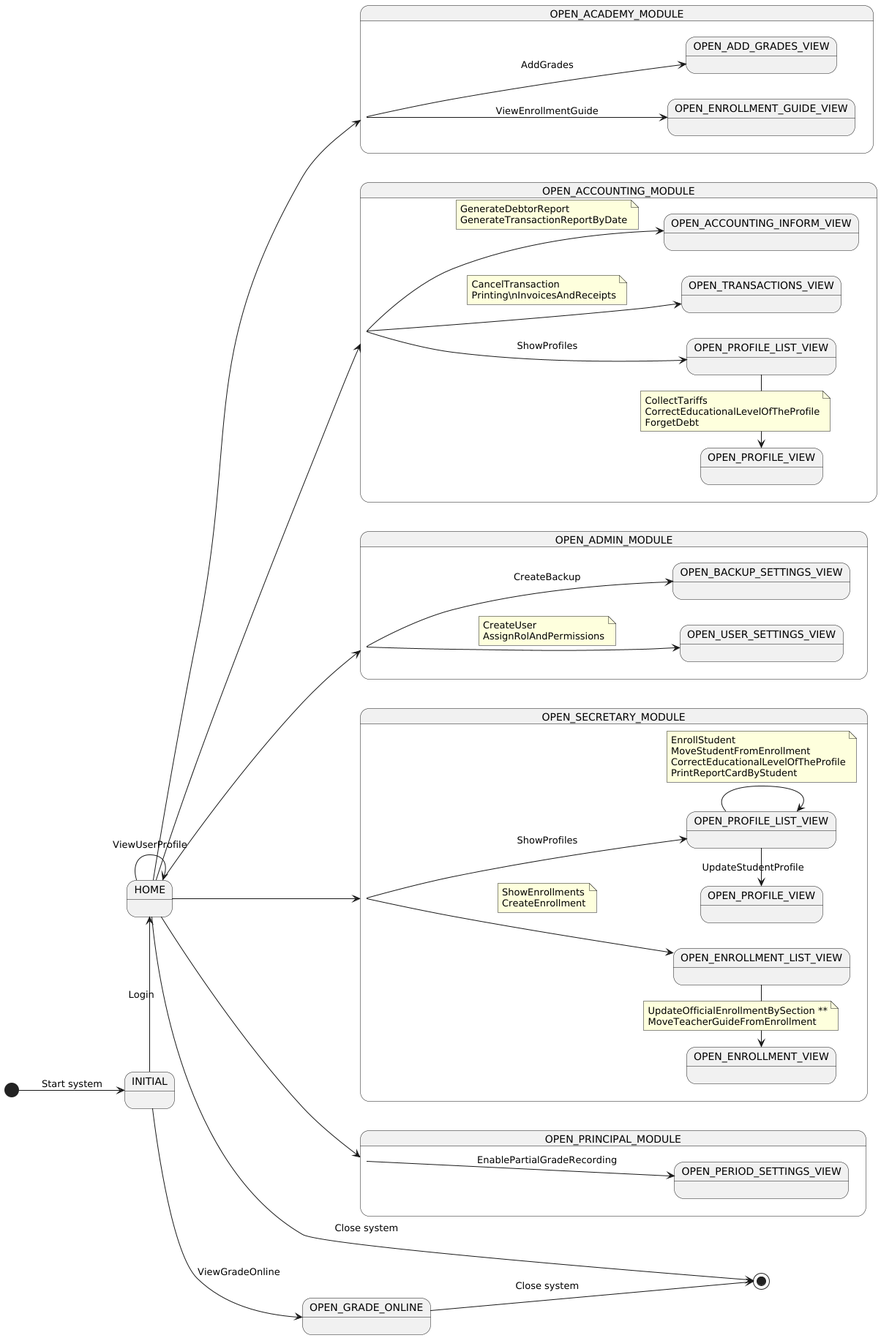
Before: out/UseCaseView/Context.png, a diagram exported from PlantUML (wsmcbl/wsmcbl.doc). The source it was exported from:
```plantuml
@startuml
left to right direction

state INITIAL
state HOME
state OPEN_GRADE_ONLINE

[*] --> INITIAL : Start system

INITIAL -left-> HOME : Login
INITIAL --> OPEN_GRADE_ONLINE : ViewGradeOnline

HOME --> OPEN_ACADEMY_MODULE
HOME --> OPEN_ACCOUNTING_MODULE
HOME --> OPEN_ADMIN_MODULE
HOME --> OPEN_SECRETARY_MODULE
HOME --> OPEN_PRINCIPAL_MODULE

HOME --> HOME : ViewUserProfile

state OPEN_ACADEMY_MODULE {

    state OPEN_ENROLLMENT_GUIDE_VIEW
    OPEN_ACADEMY_MODULE --> OPEN_ENROLLMENT_GUIDE_VIEW : ViewEnrollmentGuide

    state OPEN_ADD_GRADES_VIEW
    OPEN_ACADEMY_MODULE --> OPEN_ADD_GRADES_VIEW : AddGrades
}

state OPEN_SECRETARY_MODULE {

    state OPEN_ENROLLMENT_VIEW
    state OPEN_ENROLLMENT_LIST_VIEW

    state OPEN_PROFILE_VIEW
    state OPEN_PROFILE_LIST_VIEW

    OPEN_SECRETARY_MODULE --> OPEN_ENROLLMENT_LIST_VIEW
    note on link
        ShowEnrollments
        CreateEnrollment
    end note

    OPEN_ENROLLMENT_LIST_VIEW -left-> OPEN_ENROLLMENT_VIEW
    note on link
        UpdateOfficialEnrollmentBySection **
        MoveTeacherGuideFromEnrollment
    end note

    OPEN_SECRETARY_MODULE --> OPEN_PROFILE_LIST_VIEW : ShowProfiles

    OPEN_PROFILE_LIST_VIEW -left-> OPEN_PROFILE_VIEW : UpdateStudentProfile
    OPEN_PROFILE_LIST_VIEW --> OPEN_PROFILE_LIST_VIEW
    note on link
        EnrollStudent
        MoveStudentFromEnrollment
        CorrectEducationalLevelOfTheProfile
        PrintReportCardByStudent
    end note
}

state OPEN_ACCOUNTING_MODULE {

    state OPEN_ACCOUNTING_PROFILE_VIEW as "OPEN_PROFILE_VIEW"
    state OPEN_ACCOUNTING_PROFILE_LIST_VIEW as "OPEN_PROFILE_LIST_VIEW"
    state OPEN_TRANSACTIONS_VIEW
    state OPEN_ACCOUNTING_INFORM_VIEW

    OPEN_ACCOUNTING_MODULE --> OPEN_ACCOUNTING_PROFILE_LIST_VIEW : ShowProfiles

    OPEN_ACCOUNTING_PROFILE_LIST_VIEW -left-> OPEN_ACCOUNTING_PROFILE_VIEW
    note on link
        CollectTariffs
        CorrectEducationalLevelOfTheProfile
        ForgetDebt
    end note

    OPEN_ACCOUNTING_MODULE --> OPEN_TRANSACTIONS_VIEW
    note on link
        CancelTransaction
        Printing\nInvoicesAndReceipts
    end note

    OPEN_ACCOUNTING_MODULE --> OPEN_ACCOUNTING_INFORM_VIEW
    note on link
        GenerateDebtorReport
        GenerateTransactionReportByDate
    end note
}

state OPEN_ADMIN_MODULE {

    state OPEN_USER_SETTINGS_VIEW
    state OPEN_BACKUP_SETTINGS_VIEW

    OPEN_ADMIN_MODULE --> OPEN_USER_SETTINGS_VIEW
    note on link
        CreateUser
        AssignRolAndPermissions
    end note

    OPEN_ADMIN_MODULE --> OPEN_BACKUP_SETTINGS_VIEW : CreateBackup
}

state OPEN_PRINCIPAL_MODULE {

    state OPEN_PERIOD_SETTINGS_VIEW

    OPEN_PRINCIPAL_MODULE --> OPEN_PERIOD_SETTINGS_VIEW : EnablePartialGradeRecording
}


HOME --> [*] : Close system
OPEN_GRADE_ONLINE --> [*] : Close system
@enduml
```
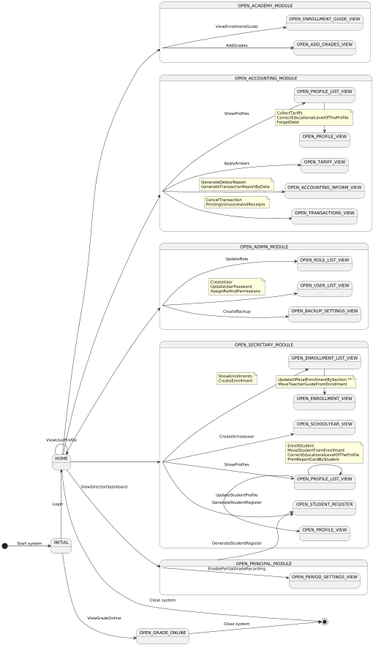
Later version of the same file.

Commit message:
Update: add V iteration usecase in Context.puml file

The edit, as a diff of the source:
```diff
@@ -14,7 +14,7 @@
 HOME --> OPEN_ACCOUNTING_MODULE
 HOME --> OPEN_ADMIN_MODULE
 HOME --> OPEN_SECRETARY_MODULE
-HOME --> OPEN_PRINCIPAL_MODULE
+HOME --> OPEN_PRINCIPAL_MODULE : ViewDirectorDashboard
 
 HOME --> HOME : ViewUserProfile
 
@@ -27,6 +27,55 @@
     OPEN_ACADEMY_MODULE --> OPEN_ADD_GRADES_VIEW : AddGrades
 }
 
+state OPEN_ACCOUNTING_MODULE {
+
+    state OPEN_ACCOUNTING_PROFILE_VIEW as "OPEN_PROFILE_VIEW"
+    state OPEN_ACCOUNTING_PROFILE_LIST_VIEW as "OPEN_PROFILE_LIST_VIEW"
+    state OPEN_TRANSACTIONS_VIEW
+    state OPEN_ACCOUNTING_INFORM_VIEW
+    state OPEN_TARIFF_VIEW
+
+    OPEN_ACCOUNTING_MODULE --> OPEN_ACCOUNTING_PROFILE_LIST_VIEW : ShowProfiles
+
+    OPEN_ACCOUNTING_PROFILE_LIST_VIEW -left-> OPEN_ACCOUNTING_PROFILE_VIEW
+    note on link
+        CollectTariffs
+        CorrectEducationalLevelOfTheProfile
+        ForgetDebt
+    end note
+
+    OPEN_ACCOUNTING_MODULE --> OPEN_TRANSACTIONS_VIEW
+    note on link
+        CancelTransaction
+        Printing\nInvoicesAndReceipts
+    end note
+
+    OPEN_ACCOUNTING_MODULE --> OPEN_ACCOUNTING_INFORM_VIEW
+    note on link
+        GenerateDebtorReport
+        GenerateTransactionReportByDate
+    end note
+
+    OPEN_ACCOUNTING_MODULE --> OPEN_TARIFF_VIEW : ApplyArrears
+}
+
+state OPEN_ADMIN_MODULE {
+
+    state OPEN_USER_LIST_VIEW
+    state OPEN_ROLE_LIST_VIEW
+    state OPEN_BACKUP_SETTINGS_VIEW
+
+    OPEN_ADMIN_MODULE --> OPEN_USER_LIST_VIEW
+    note on link
+        CreateUser
+        UpdateUserPassword
+        AssignRolAndPermissions
+    end note
+
+    OPEN_ADMIN_MODULE --> OPEN_ROLE_LIST_VIEW : UpdateRole
+    OPEN_ADMIN_MODULE --> OPEN_BACKUP_SETTINGS_VIEW : CreateBackup
+}
+
 state OPEN_SECRETARY_MODULE {
 
     state OPEN_ENROLLMENT_VIEW
@@ -34,6 +83,8 @@
 
     state OPEN_PROFILE_VIEW
     state OPEN_PROFILE_LIST_VIEW
+
+    state OPEN_SCHOOLYEAR_VIEW
 
     OPEN_SECRETARY_MODULE --> OPEN_ENROLLMENT_LIST_VIEW
     note on link
@@ -57,56 +108,18 @@
         CorrectEducationalLevelOfTheProfile
         PrintReportCardByStudent
     end note
-}
 
-state OPEN_ACCOUNTING_MODULE {
-
-    state OPEN_ACCOUNTING_PROFILE_VIEW as "OPEN_PROFILE_VIEW"
-    state OPEN_ACCOUNTING_PROFILE_LIST_VIEW as "OPEN_PROFILE_LIST_VIEW"
-    state OPEN_TRANSACTIONS_VIEW
-    state OPEN_ACCOUNTING_INFORM_VIEW
-
-    OPEN_ACCOUNTING_MODULE --> OPEN_ACCOUNTING_PROFILE_LIST_VIEW : ShowProfiles
-
-    OPEN_ACCOUNTING_PROFILE_LIST_VIEW -left-> OPEN_ACCOUNTING_PROFILE_VIEW
-    note on link
-        CollectTariffs
-        CorrectEducationalLevelOfTheProfile
-        ForgetDebt
-    end note
-
-    OPEN_ACCOUNTING_MODULE --> OPEN_TRANSACTIONS_VIEW
-    note on link
-        CancelTransaction
-        Printing\nInvoicesAndReceipts
-    end note
-
-    OPEN_ACCOUNTING_MODULE --> OPEN_ACCOUNTING_INFORM_VIEW
-    note on link
-        GenerateDebtorReport
-        GenerateTransactionReportByDate
-    end note
-}
-
-state OPEN_ADMIN_MODULE {
-
-    state OPEN_USER_SETTINGS_VIEW
-    state OPEN_BACKUP_SETTINGS_VIEW
-
-    OPEN_ADMIN_MODULE --> OPEN_USER_SETTINGS_VIEW
-    note on link
-        CreateUser
-        AssignRolAndPermissions
-    end note
-
-    OPEN_ADMIN_MODULE --> OPEN_BACKUP_SETTINGS_VIEW : CreateBackup
+    OPEN_SECRETARY_MODULE --> OPEN_SCHOOLYEAR_VIEW : CreateSchoolyear
+    OPEN_SECRETARY_MODULE --> OPEN_STUDENT_REGISTER : GenerateStudentRegister
 }
 
 state OPEN_PRINCIPAL_MODULE {
 
     state OPEN_PERIOD_SETTINGS_VIEW
+    state OPEN_STUDENT_REGISTER
 
     OPEN_PRINCIPAL_MODULE --> OPEN_PERIOD_SETTINGS_VIEW : EnablePartialGradeRecording
+    OPEN_PRINCIPAL_MODULE --> OPEN_STUDENT_REGISTER : GenerateStudentRegister
 }
 
 
```
